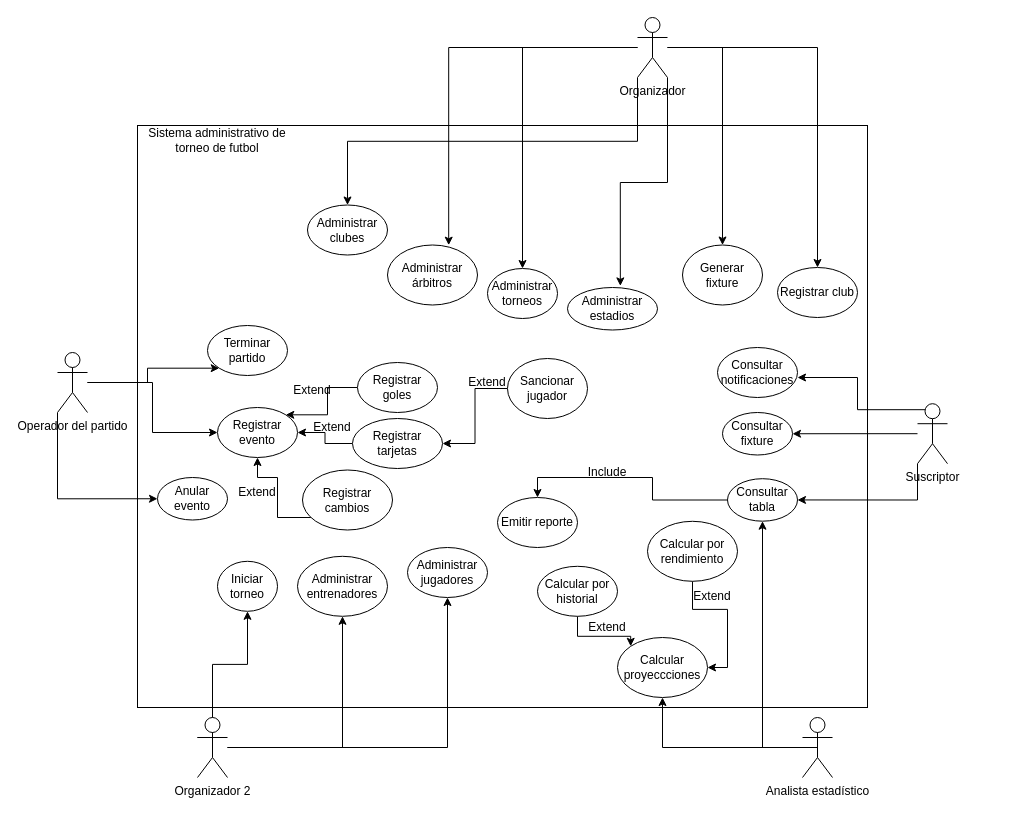
This is docs/uml/Diagrama de casos de uso.drawio from lucasseguin2007/Trabajo-Grupal-POO-PropuestaC, a draw.io file, before an edit. Source tidied: cells renumbered, new cells numbered last; positions are measured from the earlier drawing's top-left corner, leaving out a move shared by most shapes. Both pictures are drawn from the tidied source at 100%, with x=0, y=0 at pixel (57, 17).
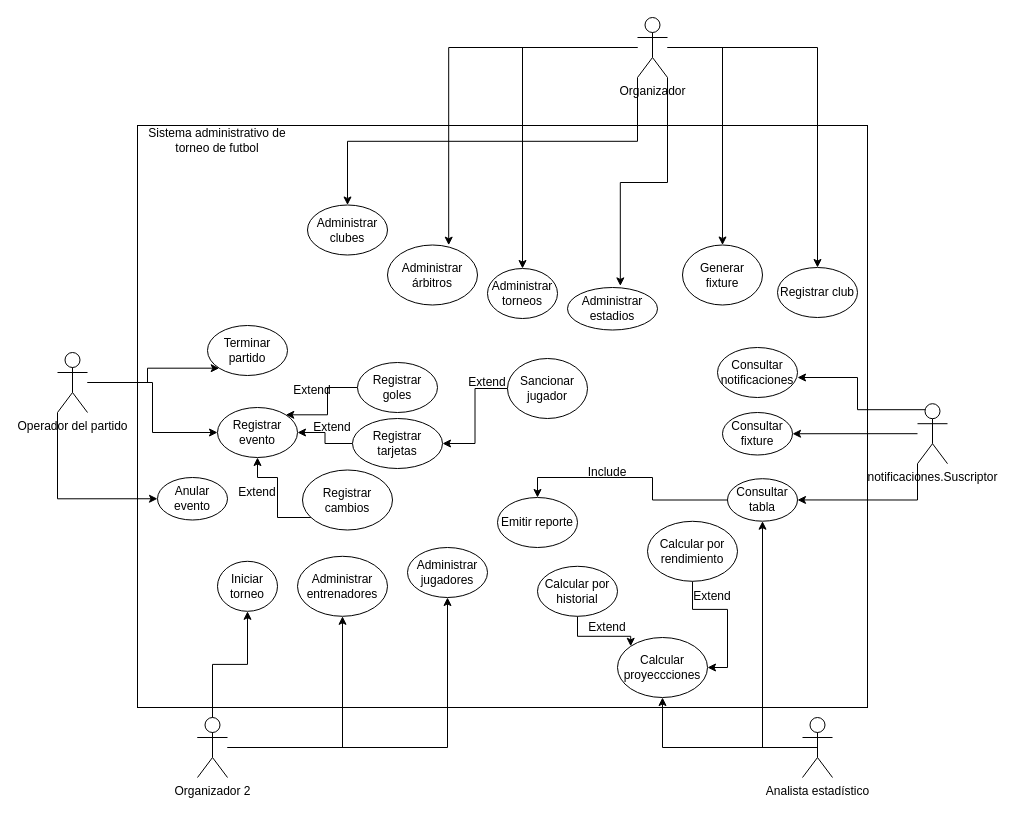
The same page after the edit.

What changed in the source:
```diff
@@
-    <mxCell id="45" value="Suscriptor" style="shape=umlActor;verticalLabelPosition=bottom;verticalAlign=top;html=1;outlineConnect=0;labelPerimeter=1;" parent="1" vertex="1">
+    <mxCell id="45" value="notificaciones.Suscriptor" style="shape=umlActor;verticalLabelPosition=bottom;verticalAlign=top;html=1;outlineConnect=0;labelPerimeter=1;" parent="1" vertex="1">
       <mxGeometry x="860" y="386.2" width="30" height="60" as="geometry" />
     </mxCell>
```
